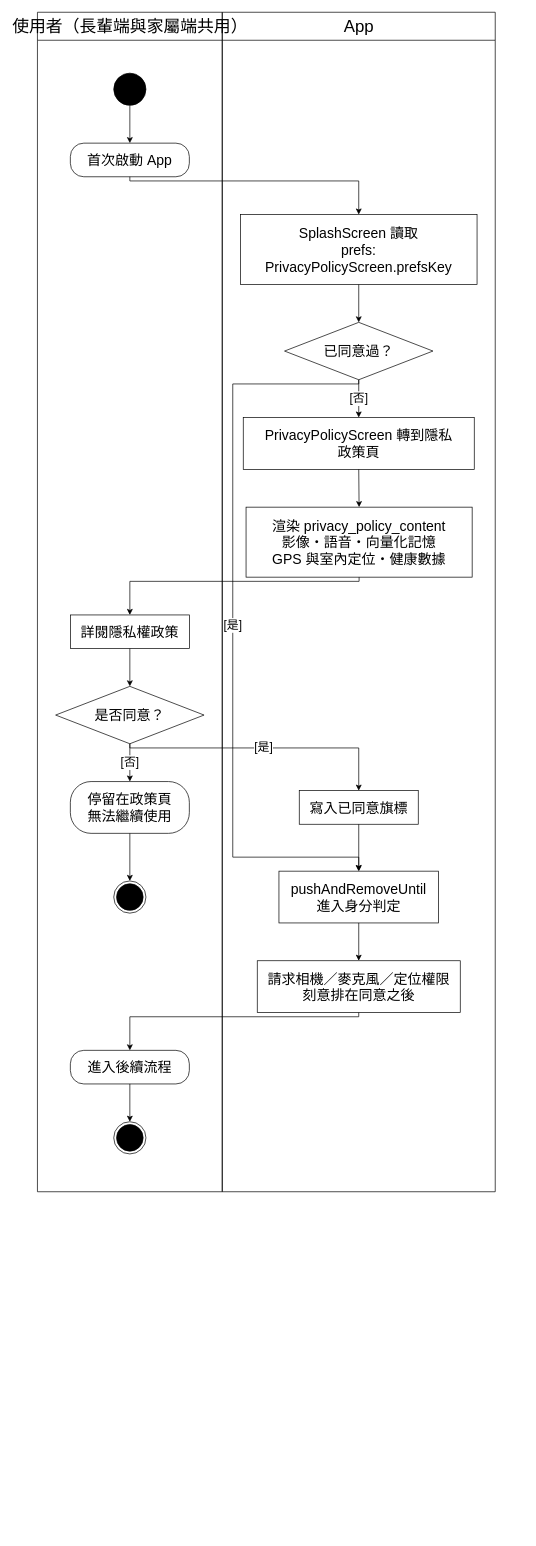
This is Uban System Documents/drawio圖/A10-隱私同意.drawio from HuangYu-Kai/Uban, a draw.io file, before an edit. Source tidied: cells renumbered, new cells numbered last; positions are measured from the earlier drawing's top-left corner, leaving out a move shared by most shapes. Both pictures are drawn from the tidied source at 70%, with x=0, y=0 at pixel (37, 12).
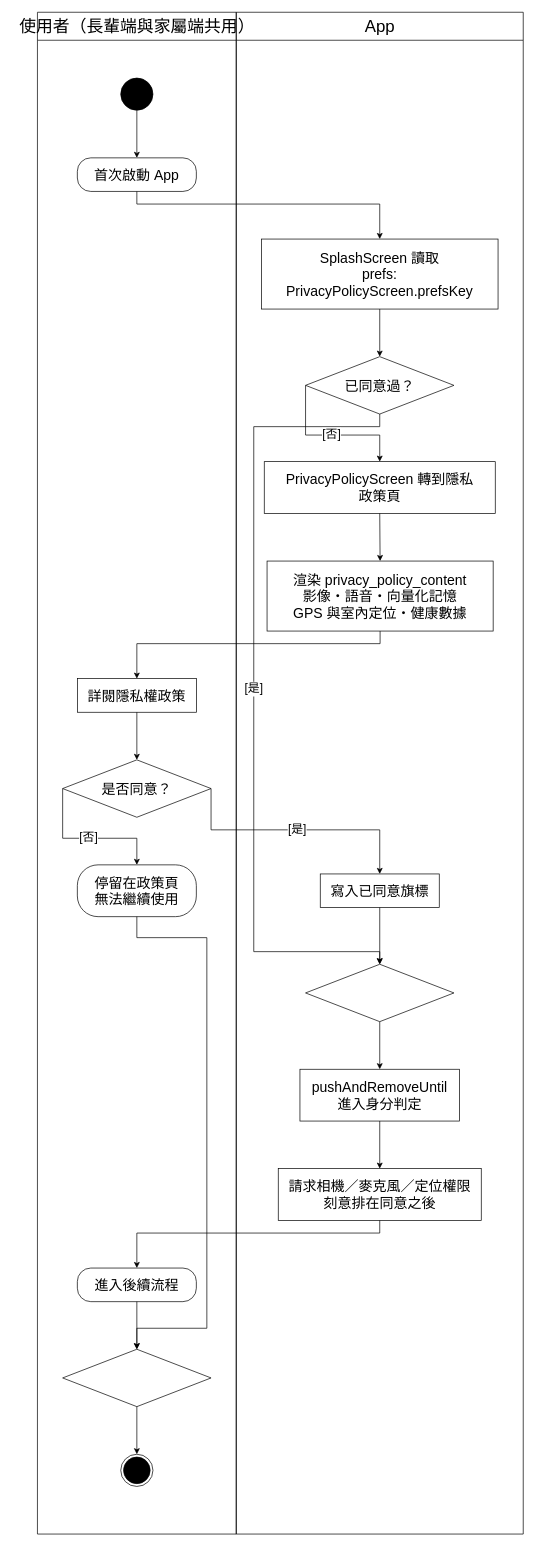
The same page after the edit.

Change to the diagram source:
```diff
@@
     <mxCell id="2" value="使用者（長輩端與家屬端共用）" style="swimlane;html=1;horizontal=1;startSize=40;fillColor=none;strokeColor=#000000;fontSize=24;fontColor=#000000;fontStyle=0;swimlaneFillColor=none;" parent="1" vertex="1">
-      <mxGeometry width="264" height="1685" as="geometry" />
+      <mxGeometry width="284" height="2174" as="geometry" />
     </mxCell>
     <mxCell id="3" value="App" style="swimlane;html=1;horizontal=1;startSize=40;fillColor=none;strokeColor=#000000;fontSize=24;fontColor=#000000;fontStyle=0;swimlaneFillColor=none;" parent="1" vertex="1">
-      <mxGeometry x="264" width="390" height="1685" as="geometry" />
+      <mxGeometry x="284" width="410" height="2174" as="geometry" />
     </mxCell>
     <mxCell id="4" style="ellipse;html=1;fillColor=#000000;strokeColor=#000000;" parent="2" vertex="1">
-      <mxGeometry x="109" y="87" width="46" height="46" as="geometry" />
+      <mxGeometry x="119" y="94" width="46" height="46" as="geometry" />
     </mxCell>
     <mxCell id="5" value="首次啟動 App" style="rounded=1;arcSize=40;whiteSpace=wrap;html=1;fillColor=#FFFFFF;strokeColor=#000000;fontSize=20;fontColor=#000000;" parent="2" vertex="1">
-      <mxGeometry x="47" y="187" width="170" height="48" as="geometry" />
+      <mxGeometry x="57" y="208" width="170" height="48" as="geometry" />
     </mxCell>
     <mxCell id="6" value="詳閱隱私權政策" style="rounded=0;whiteSpace=wrap;html=1;fillColor=#FFFFFF;strokeColor=#000000;fontSize=20;fontColor=#000000;" parent="2" vertex="1">
-      <mxGeometry x="47" y="861" width="170" height="48" as="geometry" />
+      <mxGeometry x="57" y="952" width="170" height="48" as="geometry" />
     </mxCell>
     <mxCell id="7" value="是否同意？" style="rhombus;whiteSpace=wrap;html=1;fillColor=#FFFFFF;strokeColor=#000000;fontSize=20;fontColor=#000000;" parent="2" vertex="1">
-      <mxGeometry x="26" y="963" width="212" height="82" as="geometry" />
+      <mxGeometry x="36" y="1068" width="212" height="82" as="geometry" />
     </mxCell>
     <mxCell id="8" value="進入後續流程" style="rounded=1;arcSize=40;whiteSpace=wrap;html=1;fillColor=#FFFFFF;strokeColor=#000000;fontSize=20;fontColor=#000000;" parent="2" vertex="1">
-      <mxGeometry x="47" y="1483" width="170" height="48" as="geometry" />
+      <mxGeometry x="57" y="1794" width="170" height="48" as="geometry" />
     </mxCell>
-    <mxCell id="9" style="ellipse;html=1;shape=endState;fillColor=#000000;strokeColor=#000000;" parent="2" vertex="1">
-      <mxGeometry x="109" y="1585" width="46" height="46" as="geometry" />
-    </mxCell>
     <mxCell id="10" value="停留在政策頁&lt;br&gt;無法繼續使用" style="rounded=1;arcSize=40;whiteSpace=wrap;html=1;fillColor=#FFFFFF;strokeColor=#000000;fontSize=20;fontColor=#000000;" parent="2" vertex="1">
-      <mxGeometry x="47" y="1099" width="170" height="74" as="geometry" />
+      <mxGeometry x="57" y="1218" width="170" height="74" as="geometry" />
     </mxCell>
-    <mxCell id="11" style="ellipse;html=1;shape=endState;fillColor=#000000;strokeColor=#000000;" parent="2" vertex="1">
-      <mxGeometry x="109" y="1241" width="46" height="46" as="geometry" />
-    </mxCell>
+    <mxCell id="34" style="rhombus;whiteSpace=wrap;html=1;fillColor=#FFFFFF;strokeColor=#000000;fontSize=20;fontColor=#000000;" parent="2" vertex="1">
+      <mxGeometry x="36" y="1910" width="212" height="82" as="geometry" />
+    </mxCell>
+    <mxCell id="35" style="ellipse;html=1;shape=endState;fillColor=#000000;strokeColor=#000000;" parent="2" vertex="1">
+      <mxGeometry x="119" y="2060" width="46" height="46" as="geometry" />
+    </mxCell>
     <mxCell id="12" value="SplashScreen 讀取&lt;br&gt;prefs:&lt;br&gt;PrivacyPolicyScreen.prefsKey" style="rounded=0;whiteSpace=wrap;html=1;fillColor=#FFFFFF;strokeColor=#000000;fontSize=20;fontColor=#000000;" parent="3" vertex="1">
-      <mxGeometry x="26" y="289" width="338" height="100" as="geometry" />
+      <mxGeometry x="36" y="324" width="338" height="100" as="geometry" />
     </mxCell>
     <mxCell id="13" value="已同意過？" style="rhombus;whiteSpace=wrap;html=1;fillColor=#FFFFFF;strokeColor=#000000;fontSize=20;fontColor=#000000;" parent="3" vertex="1">
-      <mxGeometry x="89" y="443" width="212" height="82" as="geometry" />
+      <mxGeometry x="99" y="492" width="212" height="82" as="geometry" />
     </mxCell>
     <mxCell id="14" value="PrivacyPolicyScreen 轉到隱私&lt;br&gt;政策頁" style="rounded=0;whiteSpace=wrap;html=1;fillColor=#FFFFFF;strokeColor=#000000;fontSize=20;fontColor=#000000;" parent="3" vertex="1">
-      <mxGeometry x="30" y="579" width="330" height="74" as="geometry" />
+      <mxGeometry x="40" y="642" width="330" height="74" as="geometry" />
     </mxCell>
     <mxCell id="15" value="渲染 privacy_policy_content&lt;br&gt;影像・語音・向量化記憶&lt;br&gt;GPS 與室內定位・健康數據" style="rounded=0;whiteSpace=wrap;html=1;fillColor=#FFFFFF;strokeColor=#000000;fontSize=20;fontColor=#000000;" parent="3" vertex="1">
-      <mxGeometry x="34" y="707" width="323" height="100" as="geometry" />
+      <mxGeometry x="44" y="784" width="323" height="100" as="geometry" />
     </mxCell>
     <mxCell id="16" value="寫入已同意旗標" style="rounded=0;whiteSpace=wrap;html=1;fillColor=#FFFFFF;strokeColor=#000000;fontSize=20;fontColor=#000000;" parent="3" vertex="1">
-      <mxGeometry x="110" y="1112" width="170" height="48" as="geometry" />
+      <mxGeometry x="120" y="1231" width="170" height="48" as="geometry" />
     </mxCell>
     <mxCell id="17" value="pushAndRemoveUntil&lt;br&gt;進入身分判定" style="rounded=0;whiteSpace=wrap;html=1;fillColor=#FFFFFF;strokeColor=#000000;fontSize=20;fontColor=#000000;" parent="3" vertex="1">
-      <mxGeometry x="81" y="1227" width="228" height="74" as="geometry" />
+      <mxGeometry x="91" y="1510" width="228" height="74" as="geometry" />
     </mxCell>
     <mxCell id="18" value="請求相機／麥克風／定位權限&lt;br&gt;刻意排在同意之後" style="rounded=0;whiteSpace=wrap;html=1;fillColor=#FFFFFF;strokeColor=#000000;fontSize=20;fontColor=#000000;" parent="3" vertex="1">
-      <mxGeometry x="50" y="1355" width="290" height="74" as="geometry" />
+      <mxGeometry x="60" y="1652" width="290" height="74" as="geometry" />
     </mxCell>
+    <mxCell id="36" style="rhombus;whiteSpace=wrap;html=1;fillColor=#FFFFFF;strokeColor=#000000;fontSize=20;fontColor=#000000;" parent="3" vertex="1">
+      <mxGeometry x="99" y="1360" width="212" height="82" as="geometry" />
+    </mxCell>
@@
     <mxCell id="20" style="edgeStyle=none;rounded=0;html=1;strokeColor=#000000;fontSize=17;fontColor=#000000;labelBackgroundColor=#FFFFFF;endArrow=classic;endFill=1;exitPerimeter=0;entryPerimeter=0;exitX=0.5;exitY=1;exitDx=0;exitDy=0;entryX=0.5;entryY=0;entryDx=0;entryDy=0;" parent="1" edge="1" source="5" target="12">
       <mxGeometry relative="1" as="geometry">
         <Array as="points">
-          <mxPoint x="132" y="241" />
-          <mxPoint x="459" y="241" />
+          <mxPoint x="142" y="274" />
+          <mxPoint x="489" y="274" />
         </Array>
       </mxGeometry>
     </mxCell>
@@
-    <mxCell id="22" value="[是]" style="edgeStyle=none;rounded=0;html=1;strokeColor=#000000;fontSize=17;fontColor=#000000;labelBackgroundColor=#FFFFFF;endArrow=classic;endFill=1;exitPerimeter=0;entryPerimeter=0;exitX=0.5;exitY=1;exitDx=0;exitDy=0;entryX=0.5;entryY=0;entryDx=0;entryDy=0;" parent="1" edge="1" source="13" target="17">
+    <mxCell id="22" value="[是]" style="edgeStyle=none;rounded=0;html=1;strokeColor=#000000;fontSize=17;fontColor=#000000;labelBackgroundColor=#FFFFFF;endArrow=classic;endFill=1;exitPerimeter=0;entryPerimeter=0;exitX=0.5;exitY=1;exitDx=0;exitDy=0;entryX=0.5;entryY=0;entryDx=0;entryDy=0;" parent="1" edge="1" source="13" target="36">
       <mxGeometry relative="1" as="geometry">
         <Array as="points">
-          <mxPoint x="459" y="531" />
-          <mxPoint x="279" y="531" />
-          <mxPoint x="279" y="1207" />
-          <mxPoint x="459" y="1207" />
+          <mxPoint x="489" y="592" />
+          <mxPoint x="309" y="592" />
+          <mxPoint x="309" y="1342" />
+          <mxPoint x="489" y="1342" />
         </Array>
       </mxGeometry>
     </mxCell>
-    <mxCell id="23" value="[否]" style="edgeStyle=none;rounded=0;html=1;strokeColor=#000000;fontSize=17;fontColor=#000000;labelBackgroundColor=#FFFFFF;endArrow=classic;endFill=1;exitPerimeter=0;entryPerimeter=0;exitX=0.5;exitY=1;exitDx=0;exitDy=0;entryX=0.5;entryY=0;entryDx=0;entryDy=0;" parent="1" edge="1" source="13" target="14">
-      <mxGeometry relative="1" as="geometry" />
+    <mxCell id="23" value="[否]" style="edgeStyle=none;rounded=0;html=1;strokeColor=#000000;fontSize=17;fontColor=#000000;labelBackgroundColor=#FFFFFF;endArrow=classic;endFill=1;exitPerimeter=0;entryPerimeter=0;exitX=0;exitY=0.5;exitDx=0;exitDy=0;entryX=0.5;entryY=0;entryDx=0;entryDy=0;" parent="1" edge="1" source="13" target="14">
+      <mxGeometry relative="1" as="geometry">
+        <Array as="points">
+          <mxPoint x="383" y="604" />
+          <mxPoint x="489" y="604" />
+        </Array>
+      </mxGeometry>
     </mxCell>
@@
     <mxCell id="25" style="edgeStyle=none;rounded=0;html=1;strokeColor=#000000;fontSize=17;fontColor=#000000;labelBackgroundColor=#FFFFFF;endArrow=classic;endFill=1;exitPerimeter=0;entryPerimeter=0;exitX=0.5;exitY=1;exitDx=0;exitDy=0;entryX=0.5;entryY=0;entryDx=0;entryDy=0;" parent="1" edge="1" source="15" target="6">
       <mxGeometry relative="1" as="geometry">
         <Array as="points">
-          <mxPoint x="459.5" y="813" />
-          <mxPoint x="132" y="813" />
+          <mxPoint x="489.5" y="902" />
+          <mxPoint x="142" y="902" />
         </Array>
       </mxGeometry>
     </mxCell>
@@
-    <mxCell id="27" value="[否]" style="edgeStyle=none;rounded=0;html=1;strokeColor=#000000;fontSize=17;fontColor=#000000;labelBackgroundColor=#FFFFFF;endArrow=classic;endFill=1;exitPerimeter=0;entryPerimeter=0;exitX=0.5;exitY=1;exitDx=0;exitDy=0;entryX=0.5;entryY=0;entryDx=0;entryDy=0;" parent="1" edge="1" source="7" target="10">
-      <mxGeometry relative="1" as="geometry" />
+    <mxCell id="27" value="[否]" style="edgeStyle=none;rounded=0;html=1;strokeColor=#000000;fontSize=17;fontColor=#000000;labelBackgroundColor=#FFFFFF;endArrow=classic;endFill=1;exitPerimeter=0;entryPerimeter=0;exitX=0;exitY=0.5;exitDx=0;exitDy=0;entryX=0.5;entryY=0;entryDx=0;entryDy=0;" parent="1" edge="1" source="7" target="10">
+      <mxGeometry relative="1" as="geometry">
+        <Array as="points">
+          <mxPoint x="36" y="1180" />
+          <mxPoint x="142" y="1180" />
+        </Array>
+      </mxGeometry>
     </mxCell>
-    <mxCell id="28" value="[是]" style="edgeStyle=none;rounded=0;html=1;strokeColor=#000000;fontSize=17;fontColor=#000000;labelBackgroundColor=#FFFFFF;endArrow=classic;endFill=1;exitPerimeter=0;entryPerimeter=0;exitX=0.5;exitY=1;exitDx=0;exitDy=0;entryX=0.5;entryY=0;entryDx=0;entryDy=0;" parent="1" edge="1" source="7" target="16">
+    <mxCell id="28" value="[是]" style="edgeStyle=none;rounded=0;html=1;strokeColor=#000000;fontSize=17;fontColor=#000000;labelBackgroundColor=#FFFFFF;endArrow=classic;endFill=1;exitPerimeter=0;entryPerimeter=0;exitX=1;exitY=0.5;exitDx=0;exitDy=0;entryX=0.5;entryY=0;entryDx=0;entryDy=0;" parent="1" edge="1" source="7" target="16">
       <mxGeometry relative="1" as="geometry">
         <Array as="points">
-          <mxPoint x="132" y="1051" />
-          <mxPoint x="459" y="1051" />
+          <mxPoint x="248" y="1168" />
+          <mxPoint x="489" y="1168" />
         </Array>
       </mxGeometry>
     </mxCell>
-    <mxCell id="29" style="edgeStyle=none;rounded=0;html=1;strokeColor=#000000;fontSize=17;fontColor=#000000;labelBackgroundColor=#FFFFFF;endArrow=classic;endFill=1;exitPerimeter=0;entryPerimeter=0;exitX=0.5;exitY=1;exitDx=0;exitDy=0;entryX=0.5;entryY=0;entryDx=0;entryDy=0;" parent="1" edge="1" source="16" target="17">
+    <mxCell id="29" style="edgeStyle=none;rounded=0;html=1;strokeColor=#000000;fontSize=17;fontColor=#000000;labelBackgroundColor=#FFFFFF;endArrow=classic;endFill=1;exitPerimeter=0;entryPerimeter=0;exitX=0.5;exitY=1;exitDx=0;exitDy=0;entryX=0.5;entryY=0;entryDx=0;entryDy=0;" parent="1" edge="1" source="16" target="36">
       <mxGeometry relative="1" as="geometry" />
     </mxCell>
@@
     <mxCell id="31" style="edgeStyle=none;rounded=0;html=1;strokeColor=#000000;fontSize=17;fontColor=#000000;labelBackgroundColor=#FFFFFF;endArrow=classic;endFill=1;exitPerimeter=0;entryPerimeter=0;exitX=0.5;exitY=1;exitDx=0;exitDy=0;entryX=0.5;entryY=0;entryDx=0;entryDy=0;" parent="1" edge="1" source="18" target="8">
       <mxGeometry relative="1" as="geometry">
         <Array as="points">
-          <mxPoint x="459" y="1435" />
-          <mxPoint x="132" y="1435" />
+          <mxPoint x="489" y="1744" />
+          <mxPoint x="142" y="1744" />
         </Array>
       </mxGeometry>
     </mxCell>
-    <mxCell id="32" style="edgeStyle=none;rounded=0;html=1;strokeColor=#000000;fontSize=17;fontColor=#000000;labelBackgroundColor=#FFFFFF;endArrow=classic;endFill=1;exitPerimeter=0;entryPerimeter=0;exitX=0.5;exitY=1;exitDx=0;exitDy=0;entryX=0.5;entryY=0;entryDx=0;entryDy=0;" parent="1" edge="1" source="8" target="9">
+    <mxCell id="32" style="edgeStyle=none;rounded=0;html=1;strokeColor=#000000;fontSize=17;fontColor=#000000;labelBackgroundColor=#FFFFFF;endArrow=classic;endFill=1;exitPerimeter=0;entryPerimeter=0;exitX=0.5;exitY=1;exitDx=0;exitDy=0;entryX=0.5;entryY=0;entryDx=0;entryDy=0;" parent="1" edge="1" source="8" target="34">
       <mxGeometry relative="1" as="geometry" />
     </mxCell>
-    <mxCell id="33" style="edgeStyle=none;rounded=0;html=1;strokeColor=#000000;fontSize=17;fontColor=#000000;labelBackgroundColor=#FFFFFF;endArrow=classic;endFill=1;exitPerimeter=0;entryPerimeter=0;exitX=0.5;exitY=1;exitDx=0;exitDy=0;entryX=0.5;entryY=0;entryDx=0;entryDy=0;" parent="1" edge="1" source="10" target="11">
-      <mxGeometry relative="1" as="geometry" />
+    <mxCell id="33" style="edgeStyle=none;rounded=0;html=1;strokeColor=#000000;fontSize=17;fontColor=#000000;labelBackgroundColor=#FFFFFF;endArrow=classic;endFill=1;exitPerimeter=0;entryPerimeter=0;exitX=0.5;exitY=1;exitDx=0;exitDy=0;entryX=0.5;entryY=0;entryDx=0;entryDy=0;" parent="1" edge="1" source="10" target="34">
+      <mxGeometry relative="1" as="geometry">
+        <Array as="points">
+          <mxPoint x="142" y="1322" />
+          <mxPoint x="242" y="1322" />
+          <mxPoint x="242" y="1880" />
+          <mxPoint x="142" y="1880" />
+        </Array>
+      </mxGeometry>
     </mxCell>
+    <mxCell id="37" style="edgeStyle=none;rounded=0;html=1;strokeColor=#000000;fontSize=17;fontColor=#000000;labelBackgroundColor=#FFFFFF;endArrow=classic;endFill=1;exitPerimeter=0;entryPerimeter=0;exitX=0.5;exitY=1;exitDx=0;exitDy=0;entryX=0.5;entryY=0;entryDx=0;entryDy=0;" parent="1" edge="1" source="36" target="17">
+      <mxGeometry relative="1" as="geometry" />
+    </mxCell>
+    <mxCell id="38" style="edgeStyle=none;rounded=0;html=1;strokeColor=#000000;fontSize=17;fontColor=#000000;labelBackgroundColor=#FFFFFF;endArrow=classic;endFill=1;exitPerimeter=0;entryPerimeter=0;exitX=0.5;exitY=1;exitDx=0;exitDy=0;entryX=0.5;entryY=0;entryDx=0;entryDy=0;" parent="1" edge="1" source="34" target="35">
+      <mxGeometry relative="1" as="geometry" />
+    </mxCell>
```
